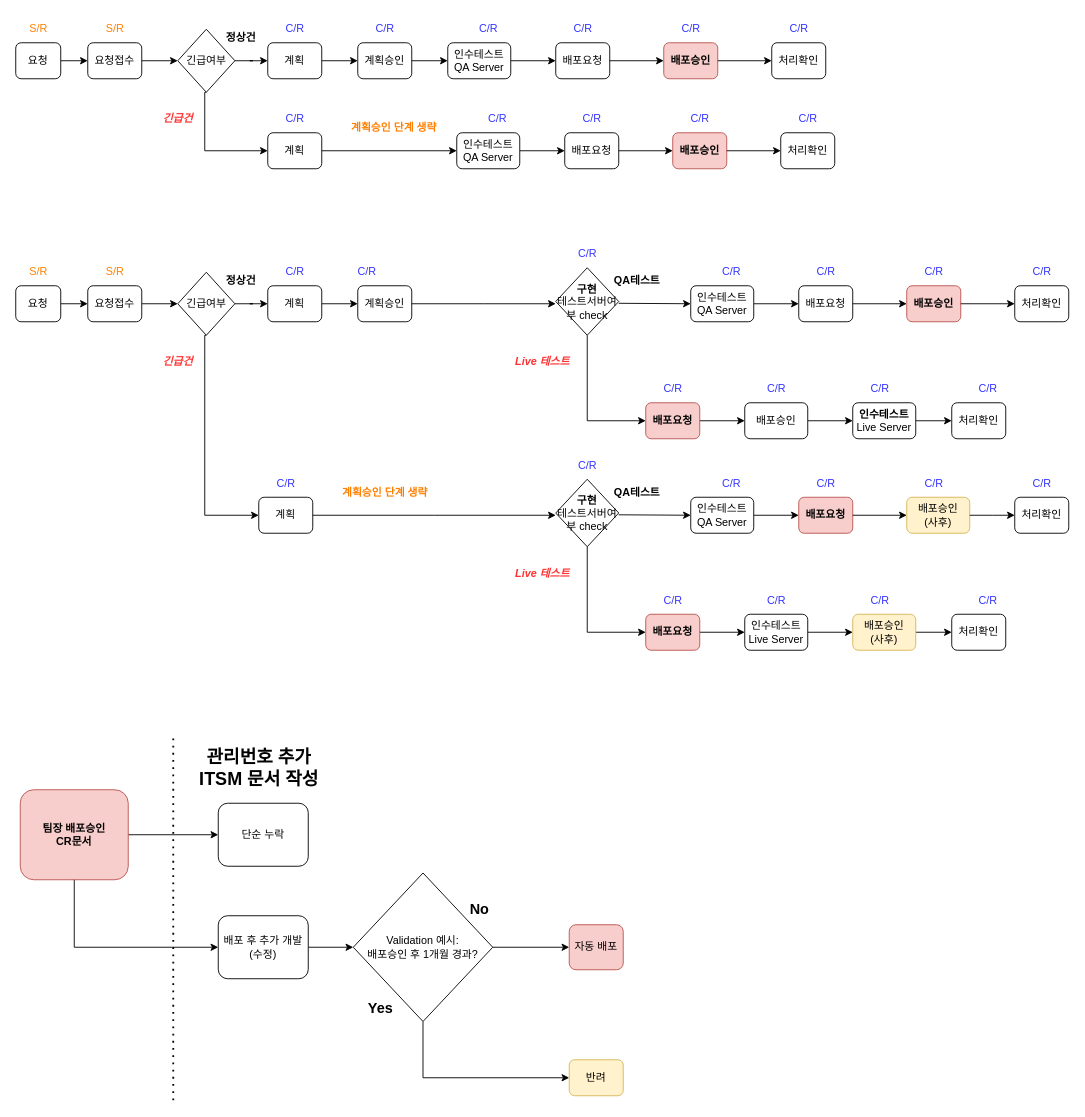
Before: 제목 없는 다이어그램.drawio in attabooi/attabooi, a draw.io diagram. Source tidied: cells renumbered, new cells numbered last; positions are measured from the earlier drawing's top-left corner, leaving out a move shared by most shapes. Both pictures are drawn from the tidied source at 90%, with x=0, y=0 at pixel (15, 15).
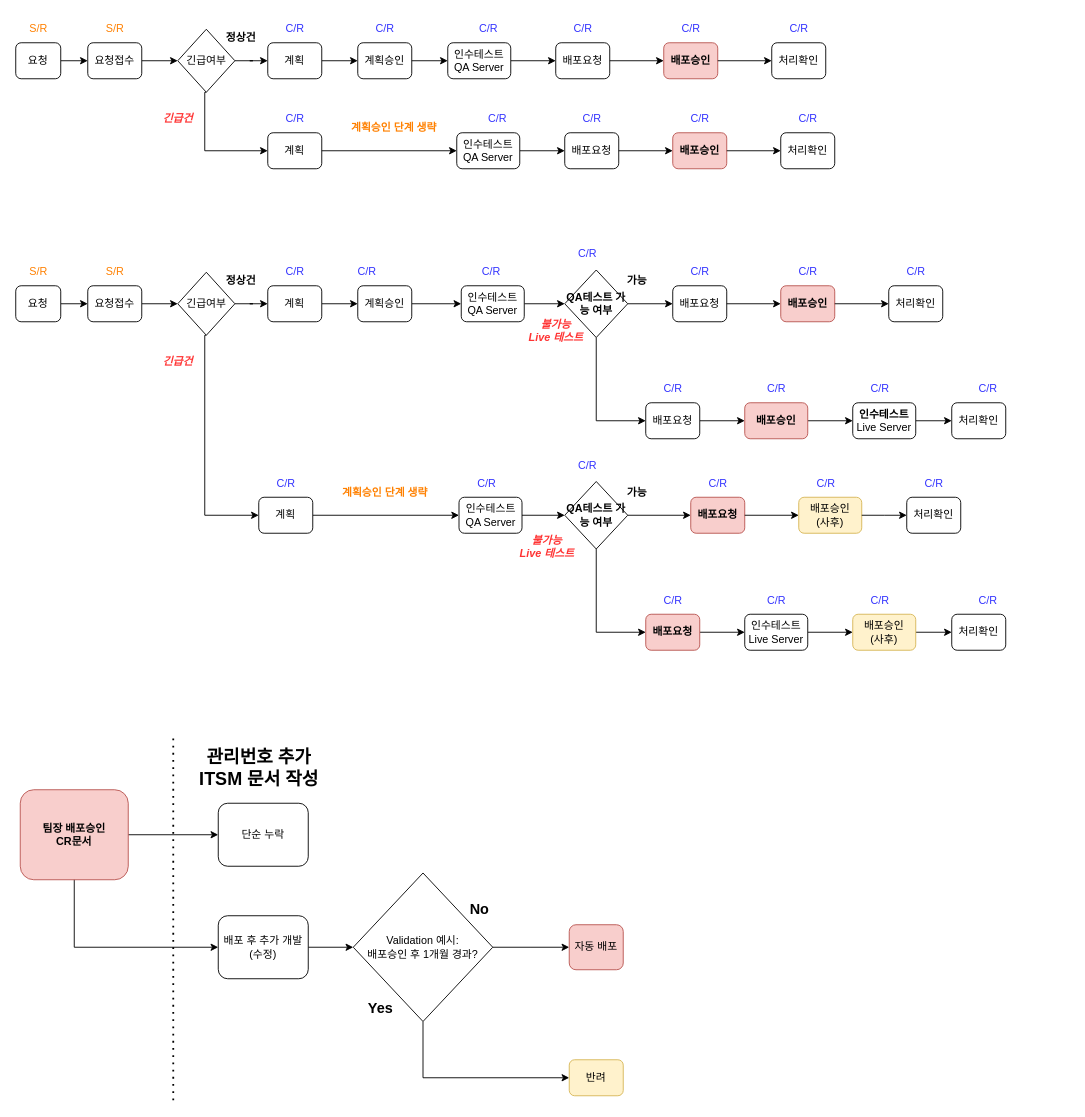
The same page after the edit.

Commit message (it also covers changes not shown here):
제목 없는 다이어그램.drawio 업데이트

Unchanged cells that the change refers to:
```xml
<mxCell id="10" value="계획승인" style="rounded=1;whiteSpace=wrap;html=1;fontSize=12;glass=0;strokeWidth=1;shadow=0;" parent="1" vertex="1">
  <mxGeometry x="380" y="300" width="60" height="40" as="geometry" />
</mxCell>
<mxCell id="32" value="계획" style="rounded=1;whiteSpace=wrap;html=1;fontSize=12;glass=0;strokeWidth=1;shadow=0;" parent="1" vertex="1">
  <mxGeometry x="270" y="535" width="60" height="40" as="geometry" />
</mxCell>
```

Diff of the diagram source:
```diff
@@
     <mxCell id="2" value="배포승인&lt;br&gt;(사후)" style="rounded=1;whiteSpace=wrap;html=1;fontSize=12;glass=0;strokeWidth=1;shadow=0;fontStyle=0;fillColor=#fff2cc;strokeColor=#d6b656;" parent="1" vertex="1">
-      <mxGeometry x="990" y="535" width="70" height="40" as="geometry" />
+      <mxGeometry x="870" y="535" width="70" height="40" as="geometry" />
     </mxCell>
@@
+    <mxCell id="137" style="edgeStyle=orthogonalEdgeStyle;rounded=0;jettySize=auto;html=1;exitX=1;exitY=0.5;exitDx=0;exitDy=0;entryX=0;entryY=0.5;entryDx=0;entryDy=0;" parent="1" edge="1" source="10" target="142">
+      <mxGeometry relative="1" as="geometry" />
+    </mxCell>
@@
-    <mxCell id="11" style="edgeStyle=orthogonalEdgeStyle;rounded=0;jettySize=auto;html=1;exitX=1;exitY=0.5;exitDx=0;exitDy=0;" parent="1" edge="1" source="10">
-      <mxGeometry relative="1" as="geometry">
-        <mxPoint x="600" y="320" as="targetPoint" />
-      </mxGeometry>
-    </mxCell>
-    <mxCell id="12" style="edgeStyle=orthogonalEdgeStyle;rounded=0;jettySize=auto;html=1;exitX=1;exitY=0.5;exitDx=0;exitDy=0;entryX=0;entryY=0.5;entryDx=0;entryDy=0;" parent="1" edge="1" source="13" target="14">
-      <mxGeometry relative="1" as="geometry" />
-    </mxCell>
-    <mxCell id="13" value="인수테스트&lt;br&gt;QA Server" style="rounded=1;whiteSpace=wrap;html=1;fontSize=12;glass=0;strokeWidth=1;shadow=0;" parent="1" vertex="1">
-      <mxGeometry x="750" y="300" width="70" height="40" as="geometry" />
-    </mxCell>
     <mxCell id="14" value="배포요청" style="rounded=1;whiteSpace=wrap;html=1;fontSize=12;glass=0;strokeWidth=1;shadow=0;" parent="1" vertex="1">
-      <mxGeometry x="870" y="300" width="60" height="40" as="geometry" />
+      <mxGeometry x="730" y="300" width="60" height="40" as="geometry" />
     </mxCell>
     <mxCell id="15" style="edgeStyle=orthogonalEdgeStyle;rounded=0;orthogonalLoop=1;jettySize=auto;html=1;exitX=1;exitY=0.5;exitDx=0;exitDy=0;" parent="1" edge="1">
       <mxGeometry relative="1" as="geometry">
-        <mxPoint x="930" y="320" as="sourcePoint" />
-        <mxPoint x="990" y="320" as="targetPoint" />
+        <mxPoint x="790" y="320" as="sourcePoint" />
+        <mxPoint x="850" y="320" as="targetPoint" />
       </mxGeometry>
     </mxCell>
     <mxCell id="16" value="배포승인" style="rounded=1;whiteSpace=wrap;html=1;fontSize=12;glass=0;strokeWidth=1;shadow=0;fontStyle=1;fillColor=#f8cecc;strokeColor=#b85450;" parent="1" vertex="1">
-      <mxGeometry x="990" y="300" width="60" height="40" as="geometry" />
+      <mxGeometry x="850" y="300" width="60" height="40" as="geometry" />
     </mxCell>
     <mxCell id="17" style="edgeStyle=orthogonalEdgeStyle;rounded=0;orthogonalLoop=1;jettySize=auto;html=1;exitX=1;exitY=0.5;exitDx=0;exitDy=0;" parent="1" edge="1">
       <mxGeometry relative="1" as="geometry">
-        <mxPoint x="1050" y="320" as="sourcePoint" />
-        <mxPoint x="1110" y="320" as="targetPoint" />
+        <mxPoint x="910" y="320" as="sourcePoint" />
+        <mxPoint x="970" y="320" as="targetPoint" />
       </mxGeometry>
     </mxCell>
     <mxCell id="18" value="처리확인" style="rounded=1;whiteSpace=wrap;html=1;fontSize=12;glass=0;strokeWidth=1;shadow=0;" parent="1" vertex="1">
-      <mxGeometry x="1110" y="300" width="60" height="40" as="geometry" />
+      <mxGeometry x="970" y="300" width="60" height="40" as="geometry" />
     </mxCell>
@@
-    <mxCell id="24" value="C/R" style="text;html=1;align=center;verticalAlign=middle;strokeColor=none;fillColor=none;fontColor=#3333FF;" parent="1" vertex="1">
-      <mxGeometry x="775" y="270" width="40" height="30" as="geometry" />
-    </mxCell>
     <mxCell id="25" value="C/R" style="text;html=1;align=center;verticalAlign=middle;strokeColor=none;fillColor=none;fontColor=#3333FF;" parent="1" vertex="1">
-      <mxGeometry x="880" y="270" width="40" height="30" as="geometry" />
+      <mxGeometry x="740" y="270" width="40" height="30" as="geometry" />
     </mxCell>
     <mxCell id="26" value="C/R" style="text;html=1;align=center;verticalAlign=middle;strokeColor=none;fillColor=none;fontColor=#3333FF;" parent="1" vertex="1">
-      <mxGeometry x="1000" y="270" width="40" height="30" as="geometry" />
+      <mxGeometry x="860" y="270" width="40" height="30" as="geometry" />
     </mxCell>
     <mxCell id="27" value="C/R" style="text;html=1;align=center;verticalAlign=middle;strokeColor=none;fillColor=none;fontColor=#3333FF;" parent="1" vertex="1">
-      <mxGeometry x="1120" y="270" width="40" height="30" as="geometry" />
+      <mxGeometry x="980" y="270" width="40" height="30" as="geometry" />
     </mxCell>
@@
+    <mxCell id="138" style="edgeStyle=orthogonalEdgeStyle;rounded=0;jettySize=auto;html=1;exitX=1;exitY=0.5;exitDx=0;exitDy=0;entryX=0;entryY=0.5;entryDx=0;entryDy=0;" parent="1" edge="1" source="32" target="145">
+      <mxGeometry relative="1" as="geometry" />
+    </mxCell>
@@
     <mxCell id="35" style="edgeStyle=orthogonalEdgeStyle;rounded=0;jettySize=auto;html=1;exitX=0.5;exitY=1;exitDx=0;exitDy=0;" parent="1" edge="1" source="36">
       <mxGeometry relative="1" as="geometry">
         <mxPoint x="700" y="450" as="targetPoint" />
         <Array as="points">
-          <mxPoint x="635" y="450" />
+          <mxPoint x="645" y="450" />
         </Array>
       </mxGeometry>
     </mxCell>
+    <mxCell id="139" style="edgeStyle=orthogonalEdgeStyle;rounded=0;jettySize=auto;html=1;exitX=1;exitY=0.5;exitDx=0;exitDy=0;entryX=0;entryY=0.5;entryDx=0;entryDy=0;" parent="1" edge="1" source="36" target="14">
+      <mxGeometry relative="1" as="geometry" />
+    </mxCell>
-    <mxCell id="36" value="&lt;b&gt;구현&lt;/b&gt;&lt;br&gt;테스트서버여부 check" style="rhombus;whiteSpace=wrap;html=1;" parent="1" vertex="1">
-      <mxGeometry x="600" y="280" width="70" height="75" as="geometry" />
+    <mxCell id="36" value="&lt;b&gt;QA테스트 가능 여부&lt;/b&gt;" style="rhombus;whiteSpace=wrap;html=1;" parent="1" vertex="1">
+      <mxGeometry x="610" y="282.5" width="70" height="75" as="geometry" />
     </mxCell>
-    <mxCell id="37" value="QA테스트" style="text;html=1;align=center;verticalAlign=middle;strokeColor=none;fillColor=none;fontStyle=1;" parent="1" vertex="1">
-      <mxGeometry x="650" y="280" width="80" height="30" as="geometry" />
+    <mxCell id="37" value="가능" style="text;html=1;align=center;verticalAlign=middle;strokeColor=none;fillColor=none;fontStyle=1;" parent="1" vertex="1">
+      <mxGeometry x="665" y="280" width="50" height="30" as="geometry" />
     </mxCell>
-    <mxCell id="38" value="Live 테스트" style="text;html=1;align=center;verticalAlign=middle;strokeColor=none;fillColor=none;fontStyle=3;fontColor=#FF3333;" parent="1" vertex="1">
-      <mxGeometry x="540" y="370" width="90" height="30" as="geometry" />
+    <mxCell id="38" value="불가능&lt;br&gt;Live 테스트" style="text;html=1;align=center;verticalAlign=middle;strokeColor=none;fillColor=none;fontStyle=3;fontColor=#FF3333;" parent="1" vertex="1">
+      <mxGeometry x="555" y="330" width="90" height="40" as="geometry" />
     </mxCell>
@@
-    <mxCell id="40" value="배포요청" style="rounded=1;whiteSpace=wrap;html=1;fontSize=12;glass=0;strokeWidth=1;shadow=0;fillColor=#f8cecc;strokeColor=#b85450;fontStyle=1;" parent="1" vertex="1">
+    <mxCell id="40" value="배포요청" style="rounded=1;whiteSpace=wrap;html=1;fontSize=12;glass=0;strokeWidth=1;shadow=0;fontStyle=0;" parent="1" vertex="1">
       <mxGeometry x="700" y="430" width="60" height="40" as="geometry" />
     </mxCell>
@@
-    <mxCell id="43" value="배포승인" style="rounded=1;whiteSpace=wrap;html=1;fontSize=12;glass=0;strokeWidth=1;shadow=0;" parent="1" vertex="1">
+    <mxCell id="43" value="배포승인" style="rounded=1;whiteSpace=wrap;html=1;fontSize=12;glass=0;strokeWidth=1;shadow=0;fillColor=#f8cecc;strokeColor=#b85450;fontStyle=1;" parent="1" vertex="1">
       <mxGeometry x="810" y="430" width="70" height="40" as="geometry" />
     </mxCell>
@@
-    <mxCell id="45" style="edgeStyle=orthogonalEdgeStyle;rounded=0;jettySize=auto;html=1;exitX=1;exitY=0.5;exitDx=0;exitDy=0;entryX=0;entryY=0.5;entryDx=0;entryDy=0;" parent="1" edge="1" target="13">
-      <mxGeometry relative="1" as="geometry">
-        <mxPoint x="670" y="319.5" as="sourcePoint" />
-      </mxGeometry>
-    </mxCell>
@@
-    <mxCell id="66" style="edgeStyle=orthogonalEdgeStyle;rounded=0;jettySize=auto;html=1;exitX=1;exitY=0.5;exitDx=0;exitDy=0;" parent="1" edge="1" source="32">
-      <mxGeometry relative="1" as="geometry">
-        <mxPoint x="600" y="555" as="targetPoint" />
-      </mxGeometry>
-    </mxCell>
-    <mxCell id="67" style="edgeStyle=orthogonalEdgeStyle;rounded=0;jettySize=auto;html=1;exitX=1;exitY=0.5;exitDx=0;exitDy=0;entryX=0;entryY=0.5;entryDx=0;entryDy=0;" parent="1" edge="1" source="68" target="69">
-      <mxGeometry relative="1" as="geometry" />
-    </mxCell>
-    <mxCell id="68" value="인수테스트&lt;br&gt;QA Server" style="rounded=1;whiteSpace=wrap;html=1;fontSize=12;glass=0;strokeWidth=1;shadow=0;" parent="1" vertex="1">
-      <mxGeometry x="750" y="535" width="70" height="40" as="geometry" />
-    </mxCell>
     <mxCell id="69" value="배포요청" style="rounded=1;whiteSpace=wrap;html=1;fontSize=12;glass=0;strokeWidth=1;shadow=0;fontStyle=1;fillColor=#f8cecc;strokeColor=#b85450;" parent="1" vertex="1">
-      <mxGeometry x="870" y="535" width="60" height="40" as="geometry" />
+      <mxGeometry x="750" y="535" width="60" height="40" as="geometry" />
     </mxCell>
     <mxCell id="70" style="edgeStyle=orthogonalEdgeStyle;rounded=0;orthogonalLoop=1;jettySize=auto;html=1;exitX=1;exitY=0.5;exitDx=0;exitDy=0;" parent="1" edge="1">
       <mxGeometry relative="1" as="geometry">
-        <mxPoint x="930" y="555" as="sourcePoint" />
-        <mxPoint x="990" y="555" as="targetPoint" />
+        <mxPoint x="810" y="555" as="sourcePoint" />
+        <mxPoint x="870" y="555" as="targetPoint" />
       </mxGeometry>
     </mxCell>
     <mxCell id="71" style="edgeStyle=orthogonalEdgeStyle;rounded=0;jettySize=auto;html=1;exitX=1;exitY=0.5;exitDx=0;exitDy=0;" parent="1" edge="1" source="2">
       <mxGeometry relative="1" as="geometry">
-        <mxPoint x="1110" y="555" as="targetPoint" />
+        <mxPoint x="990" y="555" as="targetPoint" />
       </mxGeometry>
     </mxCell>
     <mxCell id="72" value="처리확인" style="rounded=1;whiteSpace=wrap;html=1;fontSize=12;glass=0;strokeWidth=1;shadow=0;" parent="1" vertex="1">
-      <mxGeometry x="1110" y="535" width="60" height="40" as="geometry" />
+      <mxGeometry x="990" y="535" width="60" height="40" as="geometry" />
     </mxCell>
-    <mxCell id="73" value="C/R" style="text;html=1;align=center;verticalAlign=middle;strokeColor=none;fillColor=none;fontColor=#3333FF;" parent="1" vertex="1">
-      <mxGeometry x="775" y="505" width="40" height="30" as="geometry" />
-    </mxCell>
     <mxCell id="74" value="C/R" style="text;html=1;align=center;verticalAlign=middle;strokeColor=none;fillColor=none;fontColor=#3333FF;" parent="1" vertex="1">
-      <mxGeometry x="880" y="505" width="40" height="30" as="geometry" />
+      <mxGeometry x="760" y="505" width="40" height="30" as="geometry" />
     </mxCell>
     <mxCell id="75" value="C/R" style="text;html=1;align=center;verticalAlign=middle;strokeColor=none;fillColor=none;fontColor=#3333FF;" parent="1" vertex="1">
-      <mxGeometry x="1000" y="505" width="40" height="30" as="geometry" />
+      <mxGeometry x="880" y="505" width="40" height="30" as="geometry" />
     </mxCell>
     <mxCell id="76" value="C/R" style="text;html=1;align=center;verticalAlign=middle;strokeColor=none;fillColor=none;fontColor=#3333FF;" parent="1" vertex="1">
-      <mxGeometry x="1120" y="505" width="40" height="30" as="geometry" />
+      <mxGeometry x="1000" y="505" width="40" height="30" as="geometry" />
     </mxCell>
     <mxCell id="77" style="edgeStyle=orthogonalEdgeStyle;rounded=0;jettySize=auto;html=1;exitX=0.5;exitY=1;exitDx=0;exitDy=0;" parent="1" edge="1" source="78">
       <mxGeometry relative="1" as="geometry">
         <mxPoint x="700" y="685" as="targetPoint" />
         <Array as="points">
-          <mxPoint x="635" y="685" />
+          <mxPoint x="645" y="685" />
         </Array>
       </mxGeometry>
     </mxCell>
+    <mxCell id="140" style="edgeStyle=orthogonalEdgeStyle;rounded=0;jettySize=auto;html=1;exitX=1;exitY=0.5;exitDx=0;exitDy=0;entryX=0;entryY=0.5;entryDx=0;entryDy=0;" parent="1" edge="1" source="78" target="69">
+      <mxGeometry relative="1" as="geometry" />
+    </mxCell>
-    <mxCell id="78" value="&lt;b style=&quot;border-color: var(--border-color);&quot;&gt;구현&lt;/b&gt;&lt;br style=&quot;border-color: var(--border-color);&quot;&gt;테스트서버여부 check" style="rhombus;whiteSpace=wrap;html=1;" parent="1" vertex="1">
-      <mxGeometry x="600" y="515" width="70" height="75" as="geometry" />
+    <mxCell id="78" value="&lt;b style=&quot;border-color: var(--border-color);&quot;&gt;QA테스트 가능 여부&lt;/b&gt;" style="rhombus;whiteSpace=wrap;html=1;" parent="1" vertex="1">
+      <mxGeometry x="610" y="517.5" width="70" height="75" as="geometry" />
     </mxCell>
-    <mxCell id="79" value="QA테스트" style="text;html=1;align=center;verticalAlign=middle;strokeColor=none;fillColor=none;fontStyle=1;" parent="1" vertex="1">
-      <mxGeometry x="650" y="515" width="80" height="30" as="geometry" />
+    <mxCell id="79" value="가능" style="text;html=1;align=center;verticalAlign=middle;strokeColor=none;fillColor=none;fontStyle=1;" parent="1" vertex="1">
+      <mxGeometry x="665" y="515" width="50" height="30" as="geometry" />
     </mxCell>
-    <mxCell id="80" value="Live 테스트" style="text;html=1;align=center;verticalAlign=middle;strokeColor=none;fillColor=none;fontStyle=3;fontColor=#FF3333;" parent="1" vertex="1">
-      <mxGeometry x="540" y="605" width="90" height="30" as="geometry" />
+    <mxCell id="80" value="불가능&lt;br style=&quot;border-color: var(--border-color);&quot;&gt;Live 테스트" style="text;html=1;align=center;verticalAlign=middle;strokeColor=none;fillColor=none;fontStyle=3;fontColor=#FF3333;" parent="1" vertex="1">
+      <mxGeometry x="545" y="570" width="90" height="40" as="geometry" />
     </mxCell>
@@
-    <mxCell id="87" style="edgeStyle=orthogonalEdgeStyle;rounded=0;jettySize=auto;html=1;exitX=1;exitY=0.5;exitDx=0;exitDy=0;entryX=0;entryY=0.5;entryDx=0;entryDy=0;" parent="1" edge="1" target="68">
-      <mxGeometry relative="1" as="geometry">
-        <mxPoint x="670" y="554.5" as="sourcePoint" />
-      </mxGeometry>
-    </mxCell>
@@
+    <mxCell id="141" style="edgeStyle=orthogonalEdgeStyle;rounded=0;jettySize=auto;html=1;exitX=1;exitY=0.5;exitDx=0;exitDy=0;entryX=0;entryY=0.5;entryDx=0;entryDy=0;" parent="1" edge="1" source="142" target="36">
+      <mxGeometry relative="1" as="geometry" />
+    </mxCell>
+    <mxCell id="142" value="인수테스트&lt;br&gt;QA Server" style="rounded=1;whiteSpace=wrap;html=1;fontSize=12;glass=0;strokeWidth=1;shadow=0;" parent="1" vertex="1">
+      <mxGeometry x="495" y="300" width="70" height="40" as="geometry" />
+    </mxCell>
+    <mxCell id="143" value="C/R" style="text;html=1;align=center;verticalAlign=middle;strokeColor=none;fillColor=none;fontColor=#3333FF;" parent="1" vertex="1">
+      <mxGeometry x="507.5" y="270" width="40" height="30" as="geometry" />
+    </mxCell>
+    <mxCell id="144" style="edgeStyle=orthogonalEdgeStyle;rounded=0;jettySize=auto;html=1;exitX=1;exitY=0.5;exitDx=0;exitDy=0;entryX=0;entryY=0.5;entryDx=0;entryDy=0;" parent="1" edge="1" source="145" target="78">
+      <mxGeometry relative="1" as="geometry" />
+    </mxCell>
+    <mxCell id="145" value="인수테스트&lt;br&gt;QA Server" style="rounded=1;whiteSpace=wrap;html=1;fontSize=12;glass=0;strokeWidth=1;shadow=0;" parent="1" vertex="1">
+      <mxGeometry x="492.5" y="535" width="70" height="40" as="geometry" />
+    </mxCell>
+    <mxCell id="146" value="C/R" style="text;html=1;align=center;verticalAlign=middle;strokeColor=none;fillColor=none;fontColor=#3333FF;" parent="1" vertex="1">
+      <mxGeometry x="502.5" y="505" width="40" height="30" as="geometry" />
+    </mxCell>
```
